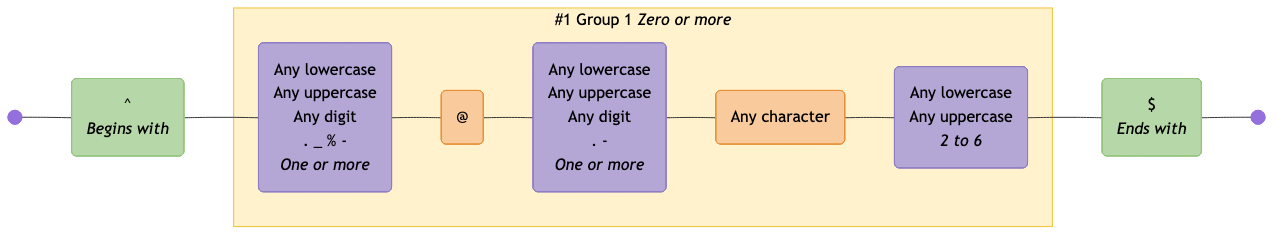
Above: diagrams/email-address.mermaid-diagram.png in tayles/regex-to-mermaid (Mermaid), before the change. Its source is kept beside it as diagrams/email-address.mermaid.
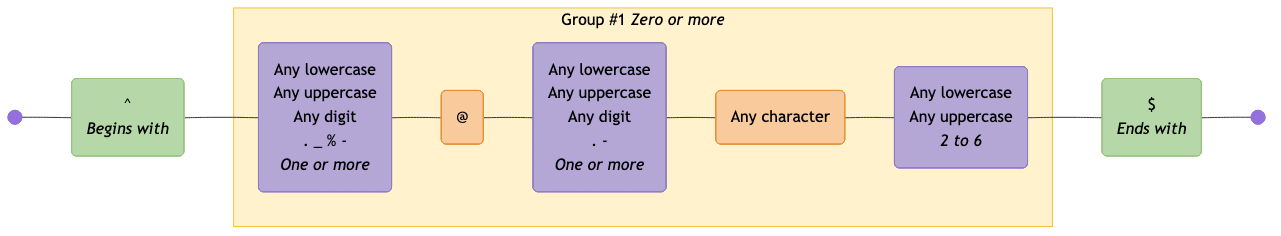
Later version of the same file.

What changed in the source:
```diff
@@ -12,7 +12,7 @@
   char_class_3("Any lowercase<br>Any uppercase<br><i>2 to 6</i>"):::char-class;
   assertion_2("$<br><i>Ends with</i>"):::assertion;
 
-  subgraph standard_1 ["#1 Group 1 <i>Zero or more</i>"]
+  subgraph standard_1 ["Group #1 <i>Zero or more</i>"]
     char_class_1
     literal_1
     char_class_2
```
